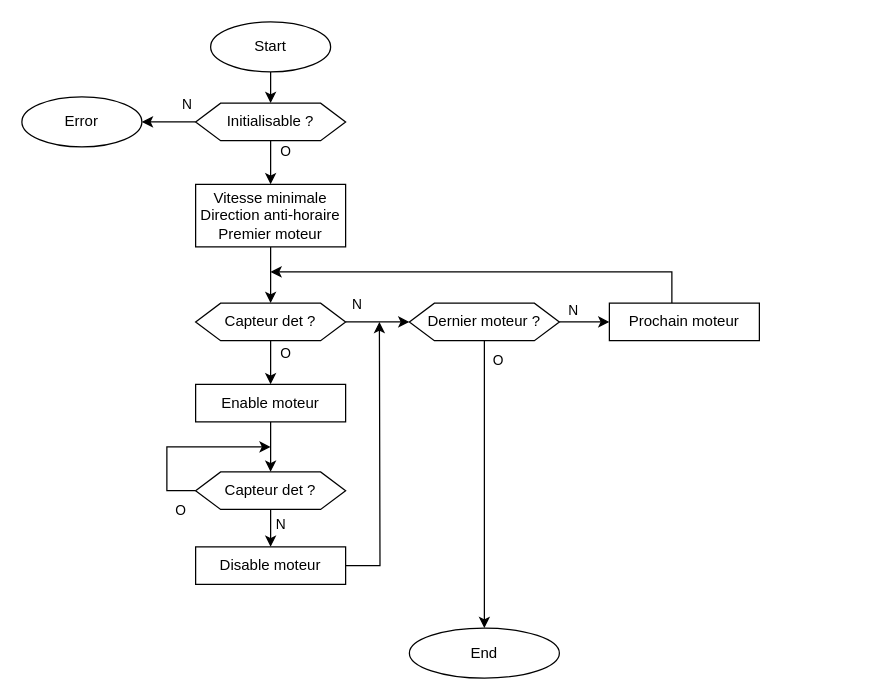
Schokiiiiiiii/csn26 keeps this draw.io diagram as doc/diags/init_sequence.drawio. Above is the earlier version. Source tidied: cells renumbered, new cells numbered last; positions are measured from the earlier drawing's top-left corner, leaving out a move shared by most shapes. Both pictures are drawn from the tidied source at 125%, with x=0, y=0 at pixel (21, 21).
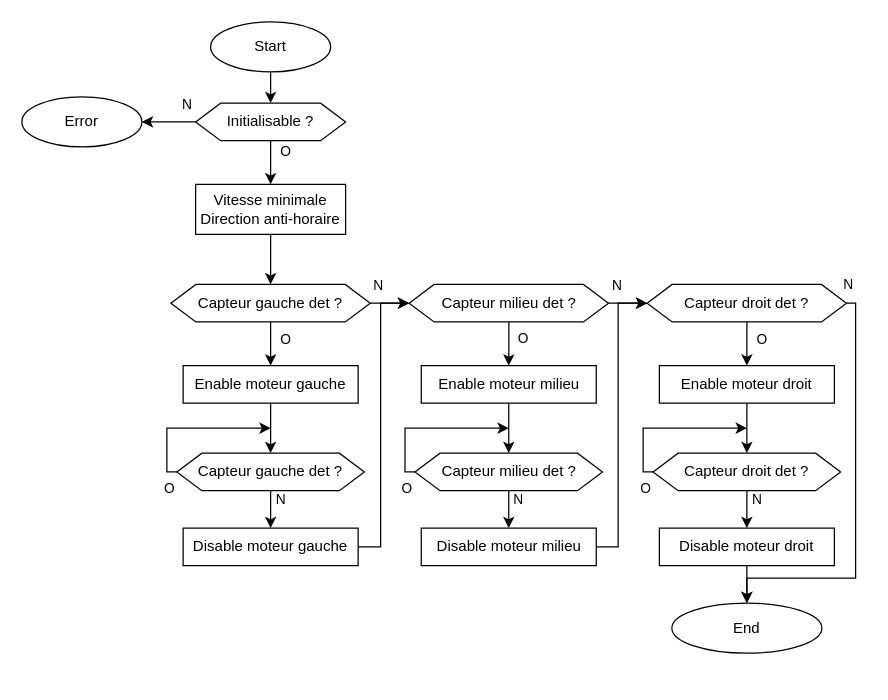
Above is the later version.

The change refers to these unchanged cells:
```xml
<mxCell id="4" style="edgeStyle=orthogonalEdgeStyle;rounded=0;jettySize=auto;html=1;" parent="1" edge="1" source="8" target="9">
  <mxGeometry relative="1" as="geometry" />
</mxCell>
<mxCell id="8" value="Initialisable ?" style="shape=hexagon;perimeter=hexagonPerimeter2;whiteSpace=wrap;html=1;fixedSize=1;" parent="1" vertex="1">
  <mxGeometry x="139" y="65" width="120" height="30" as="geometry" />
</mxCell>
```

What changed in the source:
```diff
@@
-    <mxCell id="5" value="N" style="edgeLabel;html=1;align=center;verticalAlign=middle;" parent="4" vertex="1">
-      <mxGeometry x="-0.56" y="2" relative="1" as="geometry">
-        <mxPoint x="1" y="-17" as="offset" />
-      </mxGeometry>
-    </mxCell>
-    <mxCell id="6" style="edgeStyle=orthogonalEdgeStyle;rounded=0;jettySize=auto;html=1;" parent="1" edge="1" source="8" target="33">
-      <mxGeometry relative="1" as="geometry" />
-    </mxCell>
-    <mxCell id="7" value="O" style="edgeLabel;html=1;align=center;verticalAlign=middle;" parent="6" vertex="1">
-      <mxGeometry x="-0.51" y="-1" relative="1" as="geometry">
-        <mxPoint x="12" y="-3" as="offset" />
-      </mxGeometry>
-    </mxCell>
+    <mxCell id="34" value="N" style="edgeLabel;html=1;align=center;verticalAlign=middle;" parent="4" vertex="1">
+      <mxGeometry x="-0.56" y="2" relative="1" as="geometry">
+        <mxPoint x="1" y="-17" as="offset" />
+      </mxGeometry>
+    </mxCell>
+    <mxCell id="35" style="edgeStyle=orthogonalEdgeStyle;rounded=0;jettySize=auto;html=1;" parent="1" edge="1" source="8" target="52">
+      <mxGeometry relative="1" as="geometry" />
+    </mxCell>
+    <mxCell id="36" value="O" style="edgeLabel;html=1;align=center;verticalAlign=middle;" parent="35" vertex="1">
+      <mxGeometry x="-0.51" y="-1" relative="1" as="geometry">
+        <mxPoint x="12" y="-3" as="offset" />
+      </mxGeometry>
+    </mxCell>
@@
-    <mxCell id="10" style="edgeStyle=orthogonalEdgeStyle;rounded=0;jettySize=auto;html=1;" parent="1" edge="1" source="14" target="21">
-      <mxGeometry relative="1" as="geometry" />
-    </mxCell>
-    <mxCell id="11" value="N" style="edgeLabel;html=1;align=center;verticalAlign=middle;" parent="10" vertex="1">
-      <mxGeometry x="-0.76" y="-1" relative="1" as="geometry">
-        <mxPoint x="2" y="-16" as="offset" />
-      </mxGeometry>
-    </mxCell>
-    <mxCell id="12" style="edgeStyle=orthogonalEdgeStyle;rounded=0;jettySize=auto;html=1;" parent="1" edge="1" source="14" target="24">
-      <mxGeometry relative="1" as="geometry" />
-    </mxCell>
-    <mxCell id="13" value="O" style="edgeLabel;html=1;align=center;verticalAlign=middle;" parent="12" vertex="1">
-      <mxGeometry x="0.26" relative="1" as="geometry">
-        <mxPoint x="11" y="-9" as="offset" />
-      </mxGeometry>
-    </mxCell>
-    <mxCell id="14" value="Capteur det ?" style="shape=hexagon;perimeter=hexagonPerimeter2;whiteSpace=wrap;html=1;fixedSize=1;" parent="1" vertex="1">
-      <mxGeometry x="139" y="225" width="120" height="30" as="geometry" />
-    </mxCell>
-    <mxCell id="15" style="edgeStyle=orthogonalEdgeStyle;rounded=0;jettySize=auto;html=1;" parent="1" edge="1" source="16">
-      <mxGeometry relative="1" as="geometry">
-        <mxPoint x="198.9" y="200" as="targetPoint" />
-        <Array as="points">
-          <mxPoint x="520" y="200" />
-        </Array>
-      </mxGeometry>
-    </mxCell>
-    <mxCell id="16" value="Prochain moteur" style="rounded=0;whiteSpace=wrap;html=1;" parent="1" vertex="1">
-      <mxGeometry x="470" y="225" width="120" height="30" as="geometry" />
-    </mxCell>
-    <mxCell id="17" style="edgeStyle=orthogonalEdgeStyle;rounded=0;jettySize=auto;html=1;" parent="1" edge="1" source="21" target="22">
-      <mxGeometry relative="1" as="geometry" />
-    </mxCell>
-    <mxCell id="18" value="O" style="edgeLabel;html=1;align=center;verticalAlign=middle;" parent="17" vertex="1">
-      <mxGeometry x="-0.87" y="-1" relative="1" as="geometry">
-        <mxPoint x="11" as="offset" />
-      </mxGeometry>
-    </mxCell>
-    <mxCell id="19" style="edgeStyle=orthogonalEdgeStyle;rounded=0;jettySize=auto;html=1;" parent="1" edge="1" source="21" target="16">
-      <mxGeometry relative="1" as="geometry" />
-    </mxCell>
-    <mxCell id="20" value="N" style="edgeLabel;html=1;align=center;verticalAlign=middle;" parent="19" vertex="1">
-      <mxGeometry x="0.21" relative="1" as="geometry">
-        <mxPoint x="-14" y="-10" as="offset" />
-      </mxGeometry>
-    </mxCell>
-    <mxCell id="21" value="Dernier moteur ?" style="shape=hexagon;perimeter=hexagonPerimeter2;whiteSpace=wrap;html=1;fixedSize=1;" parent="1" vertex="1">
-      <mxGeometry x="310" y="225" width="120" height="30" as="geometry" />
-    </mxCell>
+    <mxCell id="37" style="edgeStyle=orthogonalEdgeStyle;rounded=0;jettySize=auto;html=1;" parent="1" edge="1" source="41">
+      <mxGeometry relative="1" as="geometry">
+        <mxPoint x="310" y="225" as="targetPoint" />
+      </mxGeometry>
+    </mxCell>
+    <mxCell id="38" value="N" style="edgeLabel;html=1;align=center;verticalAlign=middle;" parent="37" vertex="1">
+      <mxGeometry x="-0.76" y="-1" relative="1" as="geometry">
+        <mxPoint x="2" y="-16" as="offset" />
+      </mxGeometry>
+    </mxCell>
+    <mxCell id="39" style="edgeStyle=orthogonalEdgeStyle;rounded=0;jettySize=auto;html=1;" parent="1" edge="1" source="41" target="44">
+      <mxGeometry relative="1" as="geometry" />
+    </mxCell>
+    <mxCell id="40" value="O" style="edgeLabel;html=1;align=center;verticalAlign=middle;" parent="39" vertex="1">
+      <mxGeometry x="0.26" relative="1" as="geometry">
+        <mxPoint x="11" y="-9" as="offset" />
+      </mxGeometry>
+    </mxCell>
+    <mxCell id="41" value="Capteur gauche det ?" style="shape=hexagon;perimeter=hexagonPerimeter2;whiteSpace=wrap;html=1;fixedSize=1;" parent="1" vertex="1">
+      <mxGeometry x="119.2" y="210" width="159.5" height="30" as="geometry" />
+    </mxCell>
+    <mxCell id="42" style="edgeStyle=orthogonalEdgeStyle;rounded=0;jettySize=auto;html=1;" parent="1" edge="1" source="80" target="22">
+      <mxGeometry relative="1" as="geometry" />
+    </mxCell>
     <mxCell id="22" value="End" style="ellipse;whiteSpace=wrap;html=1;" parent="1" vertex="1">
-      <mxGeometry x="310" y="485" width="120" height="40" as="geometry" />
+      <mxGeometry x="520" y="465" width="120" height="40" as="geometry" />
     </mxCell>
-    <mxCell id="23" style="edgeStyle=orthogonalEdgeStyle;rounded=0;jettySize=auto;html=1;" parent="1" edge="1" source="24" target="29">
-      <mxGeometry relative="1" as="geometry" />
-    </mxCell>
-    <mxCell id="24" value="Enable moteur" style="rounded=0;whiteSpace=wrap;html=1;" parent="1" vertex="1">
-      <mxGeometry x="139" y="290" width="120" height="30" as="geometry" />
-    </mxCell>
-    <mxCell id="25" style="edgeStyle=orthogonalEdgeStyle;rounded=0;jettySize=auto;html=1;" parent="1" edge="1" source="29">
-      <mxGeometry relative="1" as="geometry">
-        <mxPoint x="199" y="340" as="targetPoint" />
-        <Array as="points">
-          <mxPoint x="116" y="375" />
-          <mxPoint x="116" y="340" />
-        </Array>
-      </mxGeometry>
-    </mxCell>
-    <mxCell id="26" value="O" style="edgeLabel;html=1;align=center;verticalAlign=middle;" parent="25" vertex="1">
-      <mxGeometry x="-0.81" y="-1" relative="1" as="geometry">
-        <mxPoint y="16" as="offset" />
-      </mxGeometry>
-    </mxCell>
-    <mxCell id="27" style="edgeStyle=orthogonalEdgeStyle;rounded=0;jettySize=auto;html=1;" parent="1" edge="1" source="29" target="31">
-      <mxGeometry relative="1" as="geometry" />
-    </mxCell>
-    <mxCell id="28" value="N" style="edgeLabel;html=1;align=center;verticalAlign=middle;" parent="27" vertex="1">
-      <mxGeometry x="-0.58" relative="1" as="geometry">
-        <mxPoint x="7" as="offset" />
-      </mxGeometry>
-    </mxCell>
-    <mxCell id="29" value="Capteur det ?" style="shape=hexagon;perimeter=hexagonPerimeter2;whiteSpace=wrap;html=1;fixedSize=1;" parent="1" vertex="1">
-      <mxGeometry x="139" y="360" width="120" height="30" as="geometry" />
-    </mxCell>
-    <mxCell id="30" style="edgeStyle=orthogonalEdgeStyle;rounded=0;jettySize=auto;html=1;" parent="1" edge="1" source="31">
-      <mxGeometry relative="1" as="geometry">
-        <mxPoint x="286" y="240" as="targetPoint" />
-      </mxGeometry>
-    </mxCell>
-    <mxCell id="31" value="Disable moteur" style="rounded=0;whiteSpace=wrap;html=1;" parent="1" vertex="1">
-      <mxGeometry x="139" y="420" width="120" height="30" as="geometry" />
-    </mxCell>
-    <mxCell id="32" style="edgeStyle=orthogonalEdgeStyle;rounded=0;jettySize=auto;html=1;" parent="1" edge="1" source="33" target="14">
-      <mxGeometry relative="1" as="geometry" />
-    </mxCell>
-    <mxCell id="33" value="&lt;div&gt;&lt;div&gt;Vitesse minimale&lt;/div&gt;&lt;div&gt;Direction anti-horaire&lt;/div&gt;&lt;/div&gt;&lt;div&gt;Premier moteur&lt;/div&gt;" style="rounded=0;whiteSpace=wrap;html=1;" parent="1" vertex="1">
-      <mxGeometry x="139" y="130" width="120" height="50" as="geometry" />
-    </mxCell>
+    <mxCell id="43" style="edgeStyle=orthogonalEdgeStyle;rounded=0;jettySize=auto;html=1;" parent="1" edge="1" source="44" target="49">
+      <mxGeometry relative="1" as="geometry" />
+    </mxCell>
+    <mxCell id="44" value="Enable moteur gauche" style="rounded=0;whiteSpace=wrap;html=1;" parent="1" vertex="1">
+      <mxGeometry x="129" y="275" width="140" height="30" as="geometry" />
+    </mxCell>
+    <mxCell id="45" style="edgeStyle=orthogonalEdgeStyle;rounded=0;jettySize=auto;html=1;" parent="1" edge="1" source="49">
+      <mxGeometry relative="1" as="geometry">
+        <mxPoint x="199" y="325" as="targetPoint" />
+        <Array as="points">
+          <mxPoint x="116" y="360" />
+          <mxPoint x="116" y="325" />
+        </Array>
+      </mxGeometry>
+    </mxCell>
+    <mxCell id="46" value="O" style="edgeLabel;html=1;align=center;verticalAlign=middle;" parent="45" vertex="1">
+      <mxGeometry x="-0.81" y="-1" relative="1" as="geometry">
+        <mxPoint y="16" as="offset" />
+      </mxGeometry>
+    </mxCell>
+    <mxCell id="47" style="edgeStyle=orthogonalEdgeStyle;rounded=0;jettySize=auto;html=1;" parent="1" edge="1" source="49">
+      <mxGeometry relative="1" as="geometry">
+        <mxPoint x="199" y="405" as="targetPoint" />
+      </mxGeometry>
+    </mxCell>
+    <mxCell id="48" value="N" style="edgeLabel;html=1;align=center;verticalAlign=middle;" parent="47" vertex="1">
+      <mxGeometry x="-0.58" relative="1" as="geometry">
+        <mxPoint x="7" as="offset" />
+      </mxGeometry>
+    </mxCell>
+    <mxCell id="49" value="Capteur gauche det ?" style="shape=hexagon;perimeter=hexagonPerimeter2;whiteSpace=wrap;html=1;fixedSize=1;" parent="1" vertex="1">
+      <mxGeometry x="124" y="345" width="150" height="30" as="geometry" />
+    </mxCell>
+    <mxCell id="50" style="edgeStyle=orthogonalEdgeStyle;rounded=0;jettySize=auto;html=1;entryX=0;entryY=0.5;entryDx=0;entryDy=0;" parent="1" edge="1" source="78" target="57">
+      <mxGeometry relative="1" as="geometry">
+        <Array as="points">
+          <mxPoint x="287" y="420" />
+          <mxPoint x="287" y="225" />
+        </Array>
+      </mxGeometry>
+    </mxCell>
+    <mxCell id="51" style="edgeStyle=orthogonalEdgeStyle;rounded=0;jettySize=auto;html=1;" parent="1" edge="1" source="52" target="41">
+      <mxGeometry relative="1" as="geometry" />
+    </mxCell>
+    <mxCell id="52" value="&lt;div&gt;&lt;div&gt;Vitesse minimale&lt;/div&gt;&lt;div&gt;Direction anti-horaire&lt;/div&gt;&lt;/div&gt;" style="rounded=0;whiteSpace=wrap;html=1;" parent="1" vertex="1">
+      <mxGeometry x="139" y="130" width="120" height="40" as="geometry" />
+    </mxCell>
+    <mxCell id="53" style="edgeStyle=orthogonalEdgeStyle;rounded=0;jettySize=auto;html=1;" parent="1" edge="1" source="57">
+      <mxGeometry relative="1" as="geometry">
+        <mxPoint x="500.5" y="225" as="targetPoint" />
+      </mxGeometry>
+    </mxCell>
+    <mxCell id="54" value="N" style="edgeLabel;html=1;align=center;verticalAlign=middle;" parent="53" vertex="1">
+      <mxGeometry x="-0.76" y="-1" relative="1" as="geometry">
+        <mxPoint x="2" y="-16" as="offset" />
+      </mxGeometry>
+    </mxCell>
+    <mxCell id="55" style="edgeStyle=orthogonalEdgeStyle;rounded=0;jettySize=auto;html=1;" parent="1" edge="1" source="57" target="59">
+      <mxGeometry relative="1" as="geometry" />
+    </mxCell>
+    <mxCell id="56" value="O" style="edgeLabel;html=1;align=center;verticalAlign=middle;" parent="55" vertex="1">
+      <mxGeometry x="0.26" relative="1" as="geometry">
+        <mxPoint x="11" y="-9" as="offset" />
+      </mxGeometry>
+    </mxCell>
+    <mxCell id="57" value="Capteur milieu det ?" style="shape=hexagon;perimeter=hexagonPerimeter2;whiteSpace=wrap;html=1;fixedSize=1;" parent="1" vertex="1">
+      <mxGeometry x="309.8" y="210" width="159.5" height="30" as="geometry" />
+    </mxCell>
+    <mxCell id="58" style="edgeStyle=orthogonalEdgeStyle;rounded=0;jettySize=auto;html=1;" parent="1" edge="1" source="59" target="64">
+      <mxGeometry relative="1" as="geometry" />
+    </mxCell>
+    <mxCell id="59" value="Enable moteur milieu" style="rounded=0;whiteSpace=wrap;html=1;" parent="1" vertex="1">
+      <mxGeometry x="319.5" y="275" width="140" height="30" as="geometry" />
+    </mxCell>
+    <mxCell id="60" style="edgeStyle=orthogonalEdgeStyle;rounded=0;jettySize=auto;html=1;" parent="1" edge="1" source="64">
+      <mxGeometry relative="1" as="geometry">
+        <mxPoint x="389.5" y="325" as="targetPoint" />
+        <Array as="points">
+          <mxPoint x="306.5" y="360" />
+          <mxPoint x="306.5" y="325" />
+        </Array>
+      </mxGeometry>
+    </mxCell>
+    <mxCell id="61" value="O" style="edgeLabel;html=1;align=center;verticalAlign=middle;" parent="60" vertex="1">
+      <mxGeometry x="-0.81" y="-1" relative="1" as="geometry">
+        <mxPoint y="16" as="offset" />
+      </mxGeometry>
+    </mxCell>
+    <mxCell id="62" style="edgeStyle=orthogonalEdgeStyle;rounded=0;jettySize=auto;html=1;" parent="1" edge="1" source="64">
+      <mxGeometry relative="1" as="geometry">
+        <mxPoint x="389.5" y="405" as="targetPoint" />
+      </mxGeometry>
+    </mxCell>
+    <mxCell id="63" value="N" style="edgeLabel;html=1;align=center;verticalAlign=middle;" parent="62" vertex="1">
+      <mxGeometry x="-0.58" relative="1" as="geometry">
+        <mxPoint x="7" as="offset" />
+      </mxGeometry>
+    </mxCell>
+    <mxCell id="64" value="Capteur milieu det ?" style="shape=hexagon;perimeter=hexagonPerimeter2;whiteSpace=wrap;html=1;fixedSize=1;" parent="1" vertex="1">
+      <mxGeometry x="314.5" y="345" width="150" height="30" as="geometry" />
+    </mxCell>
+    <mxCell id="65" style="edgeStyle=orthogonalEdgeStyle;rounded=0;jettySize=auto;html=1;entryX=0;entryY=0.5;entryDx=0;entryDy=0;" parent="1" edge="1" source="79" target="70">
+      <mxGeometry relative="1" as="geometry">
+        <Array as="points">
+          <mxPoint x="477" y="420" />
+          <mxPoint x="477" y="225" />
+        </Array>
+      </mxGeometry>
+    </mxCell>
+    <mxCell id="66" style="edgeStyle=orthogonalEdgeStyle;rounded=0;jettySize=auto;html=1;" parent="1" edge="1" source="70" target="22">
+      <mxGeometry relative="1" as="geometry">
+        <Array as="points">
+          <mxPoint x="667" y="225" />
+          <mxPoint x="667" y="445" />
+          <mxPoint x="580" y="445" />
+        </Array>
+      </mxGeometry>
+    </mxCell>
+    <mxCell id="67" value="N" style="edgeLabel;html=1;align=center;verticalAlign=middle;" parent="66" vertex="1">
+      <mxGeometry x="-0.76" y="-1" relative="1" as="geometry">
+        <mxPoint x="-6" y="-48" as="offset" />
+      </mxGeometry>
+    </mxCell>
+    <mxCell id="68" style="edgeStyle=orthogonalEdgeStyle;rounded=0;jettySize=auto;html=1;" parent="1" edge="1" source="70" target="72">
+      <mxGeometry relative="1" as="geometry" />
+    </mxCell>
+    <mxCell id="69" value="O" style="edgeLabel;html=1;align=center;verticalAlign=middle;" parent="68" vertex="1">
+      <mxGeometry x="0.26" relative="1" as="geometry">
+        <mxPoint x="11" y="-9" as="offset" />
+      </mxGeometry>
+    </mxCell>
+    <mxCell id="70" value="Capteur droit det ?" style="shape=hexagon;perimeter=hexagonPerimeter2;whiteSpace=wrap;html=1;fixedSize=1;" parent="1" vertex="1">
+      <mxGeometry x="500.2" y="210" width="159.5" height="30" as="geometry" />
+    </mxCell>
+    <mxCell id="71" style="edgeStyle=orthogonalEdgeStyle;rounded=0;jettySize=auto;html=1;" parent="1" edge="1" source="72" target="77">
+      <mxGeometry relative="1" as="geometry" />
+    </mxCell>
+    <mxCell id="72" value="Enable moteur droit" style="rounded=0;whiteSpace=wrap;html=1;" parent="1" vertex="1">
+      <mxGeometry x="510" y="275" width="140" height="30" as="geometry" />
+    </mxCell>
+    <mxCell id="73" style="edgeStyle=orthogonalEdgeStyle;rounded=0;jettySize=auto;html=1;" parent="1" edge="1" source="77">
+      <mxGeometry relative="1" as="geometry">
+        <mxPoint x="580" y="325" as="targetPoint" />
+        <Array as="points">
+          <mxPoint x="497" y="360" />
+          <mxPoint x="497" y="325" />
+        </Array>
+      </mxGeometry>
+    </mxCell>
+    <mxCell id="74" value="O" style="edgeLabel;html=1;align=center;verticalAlign=middle;" parent="73" vertex="1">
+      <mxGeometry x="-0.81" y="-1" relative="1" as="geometry">
+        <mxPoint y="16" as="offset" />
+      </mxGeometry>
+    </mxCell>
+    <mxCell id="75" style="edgeStyle=orthogonalEdgeStyle;rounded=0;jettySize=auto;html=1;" parent="1" edge="1" source="77">
+      <mxGeometry relative="1" as="geometry">
+        <mxPoint x="580" y="405" as="targetPoint" />
+      </mxGeometry>
+    </mxCell>
+    <mxCell id="76" value="N" style="edgeLabel;html=1;align=center;verticalAlign=middle;" parent="75" vertex="1">
+      <mxGeometry x="-0.58" relative="1" as="geometry">
+        <mxPoint x="7" as="offset" />
+      </mxGeometry>
+    </mxCell>
+    <mxCell id="77" value="Capteur droit&amp;nbsp;det ?" style="shape=hexagon;perimeter=hexagonPerimeter2;whiteSpace=wrap;html=1;fixedSize=1;" parent="1" vertex="1">
+      <mxGeometry x="505" y="345" width="150" height="30" as="geometry" />
+    </mxCell>
+    <mxCell id="78" value="Disable moteur gauche" style="rounded=0;whiteSpace=wrap;html=1;" parent="1" vertex="1">
+      <mxGeometry x="129" y="405" width="140" height="30" as="geometry" />
+    </mxCell>
+    <mxCell id="79" value="Disable moteur milieu" style="rounded=0;whiteSpace=wrap;html=1;" parent="1" vertex="1">
+      <mxGeometry x="319.5" y="405" width="140" height="30" as="geometry" />
+    </mxCell>
+    <mxCell id="80" value="Disable moteur droit" style="rounded=0;whiteSpace=wrap;html=1;" parent="1" vertex="1">
+      <mxGeometry x="510" y="405" width="140" height="30" as="geometry" />
+    </mxCell>
```
